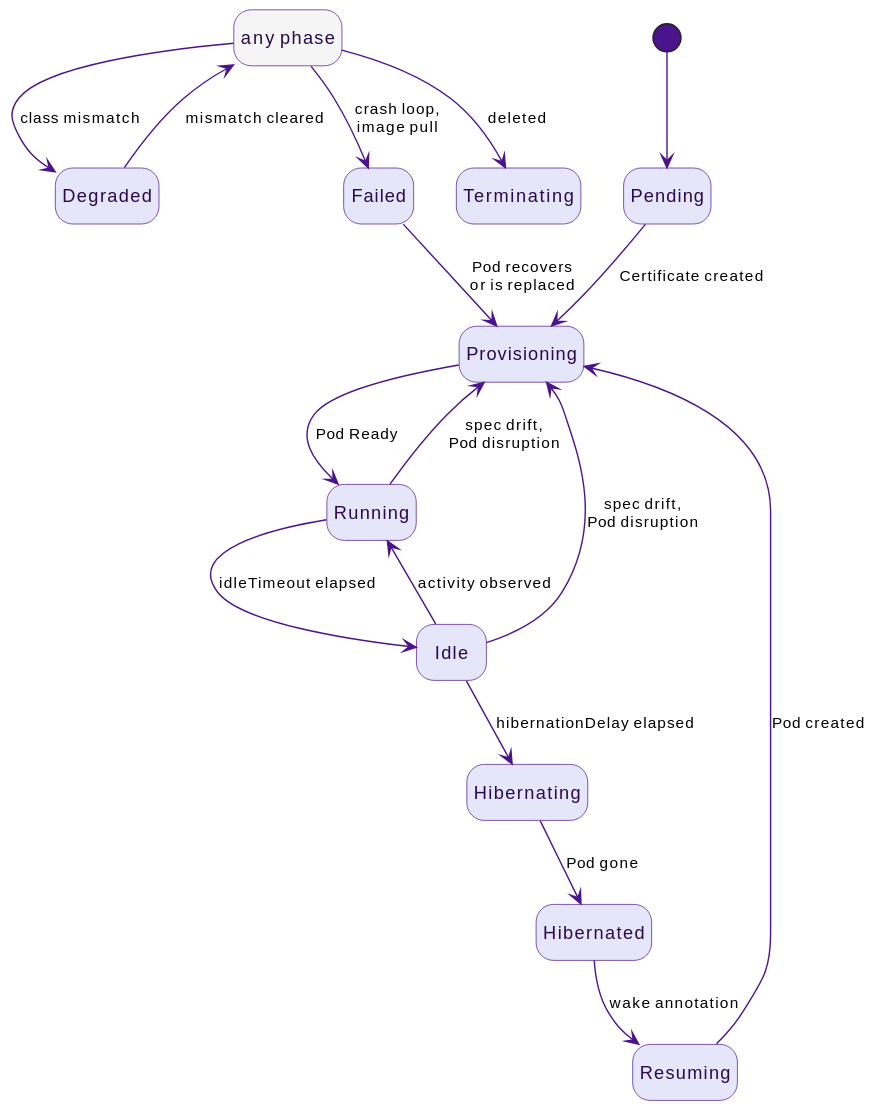
win07xp/kaalm keeps this PlantUML diagram as guide/src/diagrams/agent-lifecycle.svg. Above is the earlier version.
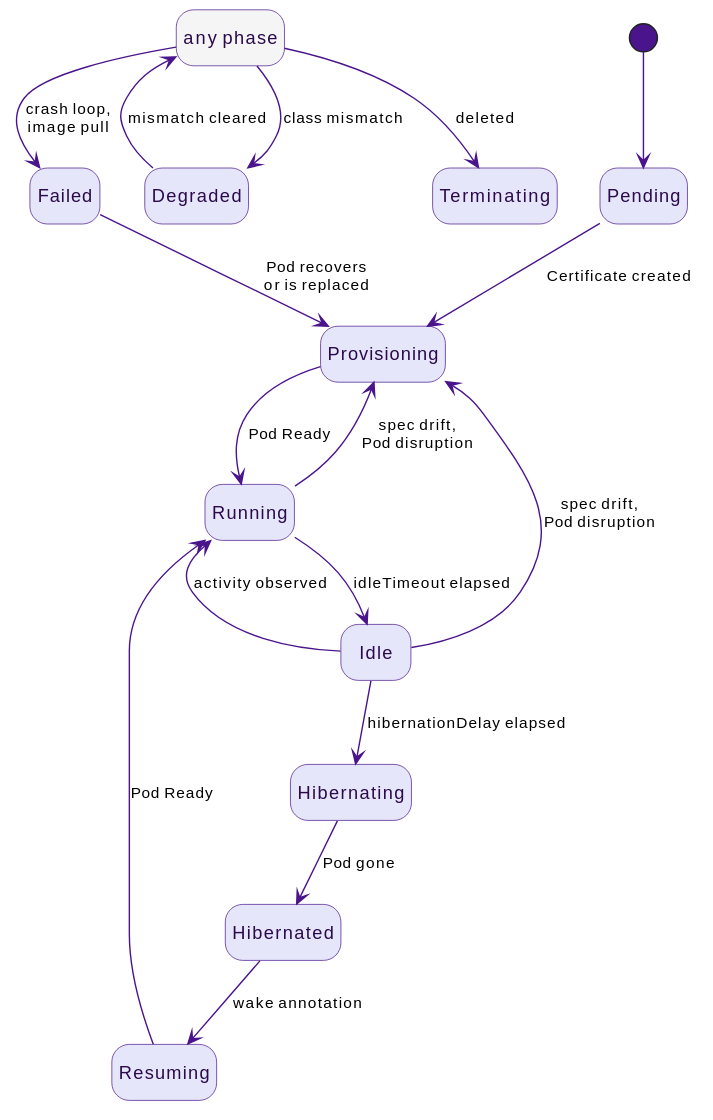
Later version of the same file.

Commit message:
fix(controller): hold Resuming until a woken Agent's Pod is Ready

Change to the diagram source:
```diff
@@ -21,7 +21,7 @@
 Idle --> Hibernating : hibernationDelay elapsed
 Hibernating --> Hibernated : Pod gone
 Hibernated --> Resuming : wake annotation
-Resuming --> Provisioning : Pod created
+Resuming --> Running : Pod Ready
 Running --> Provisioning : spec drift,\nPod disruption
 Idle --> Provisioning : spec drift,\nPod disruption
 
```
